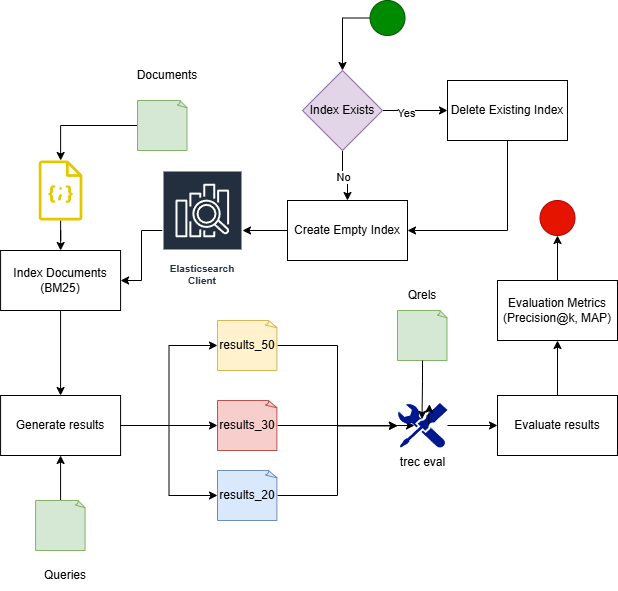
Swkratis210204/Semantic-Information-Retrieval-System-ElasticSearch-FAISS-Transformers- keeps this draw.io diagram as framework.drawio.png. Above is the earlier version. Source tidied: cells renumbered, new cells last; positions are measured from the earlier drawing's top-left corner, leaving out a move shared by most shapes. The source it was exported from:
```xml
<mxGraphModel>
  <root>
    <mxCell id="0" />
    <mxCell id="1" parent="0" />
    <mxCell id="2" style="edgeStyle=orthogonalEdgeStyle;rounded=0;jettySize=auto;html=1;" parent="1" edge="1" source="3" target="6">
      <mxGeometry relative="1" as="geometry" />
    </mxCell>
    <mxCell id="3" style="whiteSpace=wrap;html=1;shape=mxgraph.basic.document;fillColor=#d5e8d4;strokeColor=#82b366;" parent="1" vertex="1">
      <mxGeometry x="137" y="100" width="50" height="50" as="geometry" />
    </mxCell>
    <mxCell id="4" value="Documents" style="text;html=1;whiteSpace=wrap;strokeColor=none;fillColor=none;align=center;verticalAlign=middle;rounded=0;" parent="1" vertex="1">
      <mxGeometry x="137" y="60" width="60" height="30" as="geometry" />
    </mxCell>
    <mxCell id="5" style="edgeStyle=orthogonalEdgeStyle;rounded=0;jettySize=auto;html=1;" parent="1" edge="1" source="6" target="18">
      <mxGeometry relative="1" as="geometry" />
    </mxCell>
    <mxCell id="6" style="sketch=0;outlineConnect=0;fillColor=#e3c800;strokeColor=#B09500;dashed=0;verticalLabelPosition=bottom;verticalAlign=top;align=center;html=1;fontSize=12;fontStyle=0;shape=mxgraph.aws4.json_script;fontColor=#000000;" parent="1" vertex="1">
      <mxGeometry x="38.2" y="160" width="43.9" height="60" as="geometry" />
    </mxCell>
    <mxCell id="7" style="edgeStyle=orthogonalEdgeStyle;rounded=0;jettySize=auto;html=1;exitX=0;exitY=0.5;exitDx=0;exitDy=0;" parent="1" edge="1" source="35" target="12">
      <mxGeometry relative="1" as="geometry" />
    </mxCell>
    <mxCell id="8" style="edgeStyle=orthogonalEdgeStyle;rounded=0;jettySize=auto;html=1;" parent="1" edge="1" source="12" target="14">
      <mxGeometry relative="1" as="geometry" />
    </mxCell>
    <mxCell id="9" value="No" style="edgeLabel;html=1;align=center;verticalAlign=middle;" parent="8" vertex="1">
      <mxGeometry x="-0.08" y="-1" relative="1" as="geometry" />
    </mxCell>
    <mxCell id="10" style="edgeStyle=orthogonalEdgeStyle;rounded=0;jettySize=auto;html=1;" parent="1" edge="1" source="12" target="16">
      <mxGeometry relative="1" as="geometry" />
    </mxCell>
    <mxCell id="11" value="Yes" style="edgeLabel;html=1;align=center;verticalAlign=middle;" parent="10" vertex="1">
      <mxGeometry x="-0.28" y="-2" relative="1" as="geometry" />
    </mxCell>
    <mxCell id="12" value="Index Exists" style="rhombus;whiteSpace=wrap;html=1;fillColor=#e1d5e7;strokeColor=#9673a6;" parent="1" vertex="1">
      <mxGeometry x="302" y="70" width="80" height="80" as="geometry" />
    </mxCell>
    <mxCell id="13" style="edgeStyle=orthogonalEdgeStyle;rounded=0;jettySize=auto;html=1;" parent="1" edge="1" source="14" target="38">
      <mxGeometry relative="1" as="geometry" />
    </mxCell>
    <mxCell id="14" value="Create Empty Index" style="whiteSpace=wrap;html=1;" parent="1" vertex="1">
      <mxGeometry x="287" y="200" width="120" height="60" as="geometry" />
    </mxCell>
    <mxCell id="15" style="edgeStyle=orthogonalEdgeStyle;rounded=0;jettySize=auto;html=1;exitX=0.5;exitY=1;exitDx=0;exitDy=0;entryX=1;entryY=0.5;entryDx=0;entryDy=0;" parent="1" edge="1" source="16" target="14">
      <mxGeometry relative="1" as="geometry" />
    </mxCell>
    <mxCell id="16" value="Delete Existing Index" style="whiteSpace=wrap;html=1;" parent="1" vertex="1">
      <mxGeometry x="447" y="80" width="120" height="60" as="geometry" />
    </mxCell>
    <mxCell id="17" style="edgeStyle=orthogonalEdgeStyle;rounded=0;jettySize=auto;html=1;" parent="1" edge="1" source="18" target="19">
      <mxGeometry relative="1" as="geometry" />
    </mxCell>
    <mxCell id="18" value="Index Documents (BM25)" style="whiteSpace=wrap;html=1;" parent="1" vertex="1">
      <mxGeometry x="0.1" y="250" width="120" height="60" as="geometry" />
    </mxCell>
    <mxCell id="19" value="Generate results" style="whiteSpace=wrap;html=1;" parent="1" vertex="1">
      <mxGeometry x="0.1" y="395" width="120" height="60" as="geometry" />
    </mxCell>
    <mxCell id="20" style="edgeStyle=orthogonalEdgeStyle;rounded=0;jettySize=auto;html=1;" parent="1" edge="1" source="21" target="19">
      <mxGeometry relative="1" as="geometry" />
    </mxCell>
    <mxCell id="21" style="whiteSpace=wrap;html=1;shape=mxgraph.basic.document;fillColor=#d5e8d4;strokeColor=#82b366;" parent="1" vertex="1">
      <mxGeometry x="35.1" y="500" width="50" height="50" as="geometry" />
    </mxCell>
    <mxCell id="22" value="Queries" style="text;html=1;whiteSpace=wrap;strokeColor=none;fillColor=none;align=center;verticalAlign=middle;rounded=0;" parent="1" vertex="1">
      <mxGeometry x="35.1" y="560" width="60" height="30" as="geometry" />
    </mxCell>
    <mxCell id="23" style="edgeStyle=orthogonalEdgeStyle;rounded=0;jettySize=auto;html=1;entryX=0.34;entryY=0.5;entryDx=0;entryDy=0;entryPerimeter=0;" parent="1" edge="1" source="24" target="43">
      <mxGeometry relative="1" as="geometry" />
    </mxCell>
    <mxCell id="24" value="results_30" style="whiteSpace=wrap;html=1;shape=mxgraph.basic.document;fillColor=#f8cecc;strokeColor=#b85450;" parent="1" vertex="1">
      <mxGeometry x="217" y="400" width="60" height="50" as="geometry" />
    </mxCell>
    <mxCell id="25" style="edgeStyle=orthogonalEdgeStyle;rounded=0;jettySize=auto;html=1;entryX=0;entryY=0.506;entryDx=0;entryDy=0;entryPerimeter=0;" parent="1" edge="1" source="26" target="43">
      <mxGeometry relative="1" as="geometry" />
    </mxCell>
    <mxCell id="26" value="results_50" style="whiteSpace=wrap;html=1;shape=mxgraph.basic.document;fillColor=#fff2cc;strokeColor=#d6b656;" parent="1" vertex="1">
      <mxGeometry x="217" y="320" width="60" height="50" as="geometry" />
    </mxCell>
    <mxCell id="27" style="edgeStyle=orthogonalEdgeStyle;rounded=0;jettySize=auto;html=1;entryX=0;entryY=0.506;entryDx=0;entryDy=0;entryPerimeter=0;" parent="1" edge="1" source="28" target="43">
      <mxGeometry relative="1" as="geometry" />
    </mxCell>
    <mxCell id="28" value="results_20" style="whiteSpace=wrap;html=1;shape=mxgraph.basic.document;fillColor=#dae8fc;strokeColor=#6c8ebf;" parent="1" vertex="1">
      <mxGeometry x="217" y="470" width="60" height="50" as="geometry" />
    </mxCell>
    <mxCell id="29" style="edgeStyle=orthogonalEdgeStyle;rounded=0;jettySize=auto;html=1;" parent="1" edge="1" source="30" target="34">
      <mxGeometry relative="1" as="geometry" />
    </mxCell>
    <mxCell id="30" value="Evaluate results" style="whiteSpace=wrap;html=1;" parent="1" vertex="1">
      <mxGeometry x="497" y="395" width="120" height="60" as="geometry" />
    </mxCell>
    <mxCell id="31" style="whiteSpace=wrap;html=1;shape=mxgraph.basic.document;fillColor=#d5e8d4;strokeColor=#82b366;" parent="1" vertex="1">
      <mxGeometry x="397" y="310" width="50" height="50" as="geometry" />
    </mxCell>
    <mxCell id="32" value="Qrels" style="text;html=1;whiteSpace=wrap;strokeColor=none;fillColor=none;align=center;verticalAlign=middle;rounded=0;" parent="1" vertex="1">
      <mxGeometry x="392" y="280" width="60" height="30" as="geometry" />
    </mxCell>
    <mxCell id="33" style="edgeStyle=orthogonalEdgeStyle;rounded=0;jettySize=auto;html=1;" parent="1" edge="1" source="34" target="36">
      <mxGeometry relative="1" as="geometry" />
    </mxCell>
    <mxCell id="34" value="Evaluation Metrics (Precision@k, MAP)" style="whiteSpace=wrap;html=1;" parent="1" vertex="1">
      <mxGeometry x="497" y="280" width="120" height="60" as="geometry" />
    </mxCell>
    <mxCell id="35" style="ellipse;whiteSpace=wrap;html=1;fillColor=#008a00;fontColor=#ffffff;strokeColor=#005700;" parent="1" vertex="1">
      <mxGeometry x="369.5" width="35" height="35" as="geometry" />
    </mxCell>
    <mxCell id="36" style="ellipse;whiteSpace=wrap;html=1;fillColor=#e51400;fontColor=#ffffff;strokeColor=#B20000;" parent="1" vertex="1">
      <mxGeometry x="539.5" y="200" width="35" height="35" as="geometry" />
    </mxCell>
    <mxCell id="37" style="edgeStyle=orthogonalEdgeStyle;rounded=0;jettySize=auto;html=1;" parent="1" edge="1" source="38" target="18">
      <mxGeometry relative="1" as="geometry" />
    </mxCell>
    <mxCell id="38" value="Elasticsearch Client" style="sketch=0;outlineConnect=0;fontColor=#232F3E;gradientColor=none;strokeColor=#ffffff;fillColor=#232F3E;dashed=0;verticalLabelPosition=middle;verticalAlign=bottom;align=center;html=1;whiteSpace=wrap;fontSize=10;fontStyle=1;spacing=3;shape=mxgraph.aws4.productIcon;prIcon=mxgraph.aws4.elasticsearch_service;" parent="1" vertex="1">
      <mxGeometry x="162" y="170" width="80" height="120" as="geometry" />
    </mxCell>
    <mxCell id="39" style="edgeStyle=orthogonalEdgeStyle;rounded=0;jettySize=auto;html=1;entryX=0;entryY=0.5;entryDx=0;entryDy=0;entryPerimeter=0;" parent="1" edge="1" source="19" target="26">
      <mxGeometry relative="1" as="geometry" />
    </mxCell>
    <mxCell id="40" style="edgeStyle=orthogonalEdgeStyle;rounded=0;jettySize=auto;html=1;entryX=0;entryY=0.5;entryDx=0;entryDy=0;entryPerimeter=0;" parent="1" edge="1" source="19" target="24">
      <mxGeometry relative="1" as="geometry" />
    </mxCell>
    <mxCell id="41" style="edgeStyle=orthogonalEdgeStyle;rounded=0;jettySize=auto;html=1;exitX=1;exitY=0.5;exitDx=0;exitDy=0;entryX=0;entryY=0.5;entryDx=0;entryDy=0;entryPerimeter=0;" parent="1" edge="1" source="19" target="28">
      <mxGeometry relative="1" as="geometry" />
    </mxCell>
    <mxCell id="42" style="edgeStyle=orthogonalEdgeStyle;rounded=0;jettySize=auto;html=1;" parent="1" edge="1" source="43" target="30">
      <mxGeometry relative="1" as="geometry" />
    </mxCell>
    <mxCell id="43" value="trec eval" style="sketch=0;shadow=0;dashed=0;html=1;strokeColor=none;labelPosition=center;verticalLabelPosition=bottom;verticalAlign=top;align=center;fillColor=#00188D;shape=mxgraph.mscae.enterprise.tool;" parent="1" vertex="1">
      <mxGeometry x="397" y="402.5" width="50" height="45" as="geometry" />
    </mxCell>
    <mxCell id="44" style="edgeStyle=orthogonalEdgeStyle;rounded=0;orthogonalLoop=1;jettySize=auto;html=1;exitX=0.62;exitY=0.5;exitDx=0;exitDy=0;exitPerimeter=0;entryX=0.64;entryY=0.028;entryDx=0;entryDy=0;entryPerimeter=0;" parent="1" edge="1" source="43" target="43">
      <mxGeometry relative="1" as="geometry" />
    </mxCell>
    <mxCell id="45" style="edgeStyle=orthogonalEdgeStyle;rounded=0;jettySize=auto;html=1;entryX=0.49;entryY=0.36;entryDx=0;entryDy=0;entryPerimeter=0;" parent="1" edge="1" source="31" target="43">
      <mxGeometry relative="1" as="geometry" />
    </mxCell>
  </root>
</mxGraphModel>
```
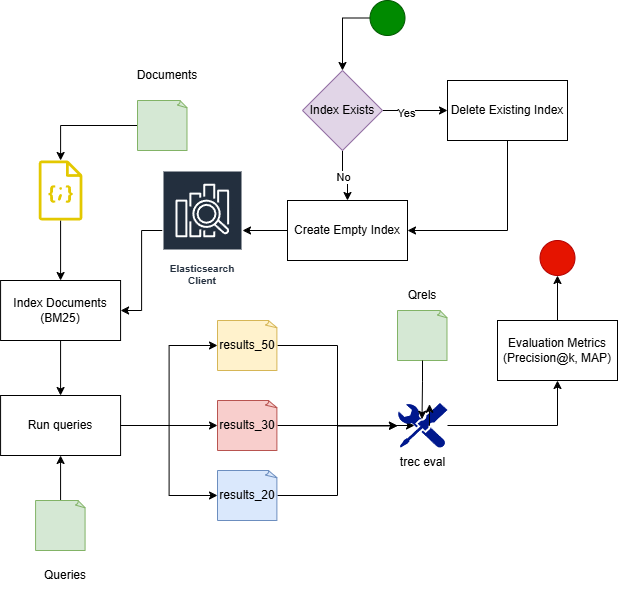
After the change.

Change to the diagram source:
```diff
@@ -51,9 +51,9 @@
       <mxGeometry relative="1" as="geometry" />
     </mxCell>
     <mxCell id="18" value="Index Documents (BM25)" style="whiteSpace=wrap;html=1;" parent="1" vertex="1">
-      <mxGeometry x="0.1" y="250" width="120" height="60" as="geometry" />
+      <mxGeometry x="0.1" y="280" width="120" height="60" as="geometry" />
     </mxCell>
-    <mxCell id="19" value="Generate results" style="whiteSpace=wrap;html=1;" parent="1" vertex="1">
+    <mxCell id="19" value="Run queries" style="whiteSpace=wrap;html=1;" parent="1" vertex="1">
       <mxGeometry x="0.1" y="395" width="120" height="60" as="geometry" />
     </mxCell>
     <mxCell id="20" style="edgeStyle=orthogonalEdgeStyle;rounded=0;jettySize=auto;html=1;" parent="1" edge="1" source="21" target="19">
@@ -83,12 +83,6 @@
     <mxCell id="28" value="results_20" style="whiteSpace=wrap;html=1;shape=mxgraph.basic.document;fillColor=#dae8fc;strokeColor=#6c8ebf;" parent="1" vertex="1">
       <mxGeometry x="217" y="470" width="60" height="50" as="geometry" />
     </mxCell>
-    <mxCell id="29" style="edgeStyle=orthogonalEdgeStyle;rounded=0;jettySize=auto;html=1;" parent="1" edge="1" source="30" target="34">
-      <mxGeometry relative="1" as="geometry" />
-    </mxCell>
-    <mxCell id="30" value="Evaluate results" style="whiteSpace=wrap;html=1;" parent="1" vertex="1">
-      <mxGeometry x="497" y="395" width="120" height="60" as="geometry" />
-    </mxCell>
     <mxCell id="31" style="whiteSpace=wrap;html=1;shape=mxgraph.basic.document;fillColor=#d5e8d4;strokeColor=#82b366;" parent="1" vertex="1">
       <mxGeometry x="397" y="310" width="50" height="50" as="geometry" />
     </mxCell>
@@ -99,13 +93,13 @@
       <mxGeometry relative="1" as="geometry" />
     </mxCell>
     <mxCell id="34" value="Evaluation Metrics (Precision@k, MAP)" style="whiteSpace=wrap;html=1;" parent="1" vertex="1">
-      <mxGeometry x="497" y="280" width="120" height="60" as="geometry" />
+      <mxGeometry x="497" y="320" width="120" height="60" as="geometry" />
     </mxCell>
     <mxCell id="35" style="ellipse;whiteSpace=wrap;html=1;fillColor=#008a00;fontColor=#ffffff;strokeColor=#005700;" parent="1" vertex="1">
       <mxGeometry x="369.5" width="35" height="35" as="geometry" />
     </mxCell>
     <mxCell id="36" style="ellipse;whiteSpace=wrap;html=1;fillColor=#e51400;fontColor=#ffffff;strokeColor=#B20000;" parent="1" vertex="1">
-      <mxGeometry x="539.5" y="200" width="35" height="35" as="geometry" />
+      <mxGeometry x="539.5" y="240" width="35" height="35" as="geometry" />
     </mxCell>
     <mxCell id="37" style="edgeStyle=orthogonalEdgeStyle;rounded=0;jettySize=auto;html=1;" parent="1" edge="1" source="38" target="18">
       <mxGeometry relative="1" as="geometry" />
@@ -122,7 +116,7 @@
     <mxCell id="41" style="edgeStyle=orthogonalEdgeStyle;rounded=0;jettySize=auto;html=1;exitX=1;exitY=0.5;exitDx=0;exitDy=0;entryX=0;entryY=0.5;entryDx=0;entryDy=0;entryPerimeter=0;" parent="1" edge="1" source="19" target="28">
       <mxGeometry relative="1" as="geometry" />
     </mxCell>
-    <mxCell id="42" style="edgeStyle=orthogonalEdgeStyle;rounded=0;jettySize=auto;html=1;" parent="1" edge="1" source="43" target="30">
+    <mxCell id="42" style="edgeStyle=orthogonalEdgeStyle;rounded=0;jettySize=auto;html=1;entryX=0.5;entryY=1;entryDx=0;entryDy=0;" parent="1" edge="1" source="43" target="34">
       <mxGeometry relative="1" as="geometry" />
     </mxCell>
     <mxCell id="43" value="trec eval" style="sketch=0;shadow=0;dashed=0;html=1;strokeColor=none;labelPosition=center;verticalLabelPosition=bottom;verticalAlign=top;align=center;fillColor=#00188D;shape=mxgraph.mscae.enterprise.tool;" parent="1" vertex="1">
```
